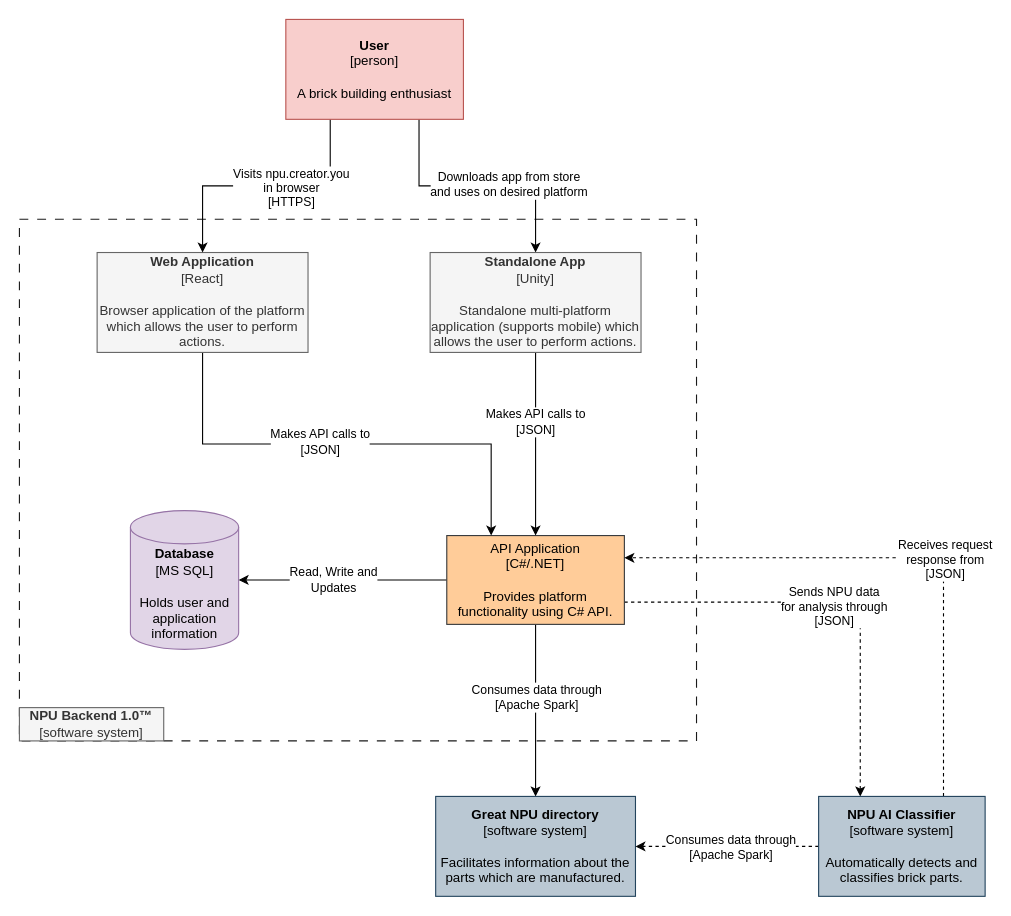
Earlier version of the draw.io diagram Documentation/Level 2.drawio (rarepops/BrickConnect). Source tidied: cells renumbered, new cells numbered last; positions are measured from the earlier drawing's top-left corner, leaving out a move shared by most shapes. Both pictures are drawn from the tidied source at 111%, with x=0, y=0 at pixel (19, 19).
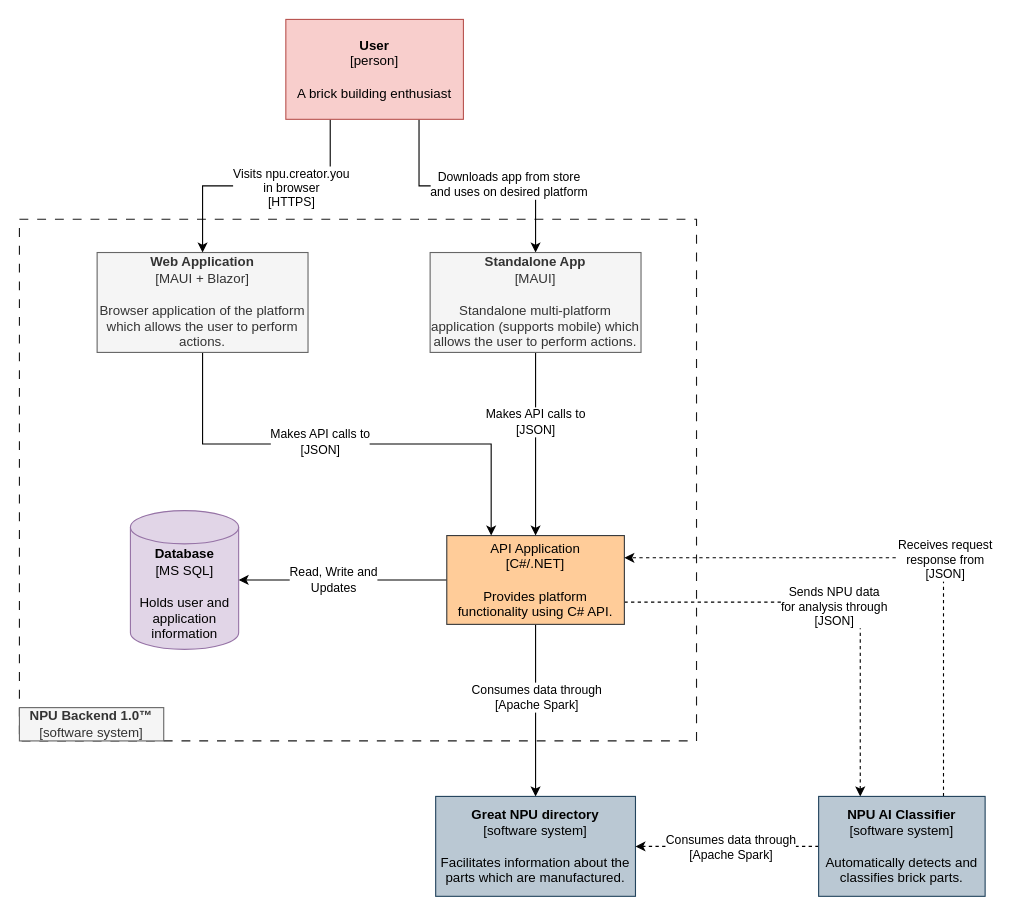
The same page after the edit.

The edit, as a diff of the source:
```diff
@@
-    <mxCell id="14" value="&lt;b&gt;Web Application&lt;/b&gt;&lt;br&gt;[React]&lt;br&gt;&lt;br&gt;Browser application of the platform which allows the user to perform actions." style="rounded=0;whiteSpace=wrap;html=1;fillColor=#f5f5f5;strokeColor=#666666;fontColor=#333333;" parent="1" vertex="1">
+    <mxCell id="14" value="&lt;b&gt;Web Application&lt;/b&gt;&lt;br&gt;[MAUI&amp;nbsp;+ Blazor]&lt;br&gt;&lt;br&gt;Browser application of the platform which allows the user to perform actions." style="rounded=0;whiteSpace=wrap;html=1;fillColor=#f5f5f5;strokeColor=#666666;fontColor=#333333;" parent="1" vertex="1">
       <mxGeometry x="70" y="210" width="190" height="90" as="geometry" />
     </mxCell>
@@
-    <mxCell id="22" value="&lt;b&gt;Standalone App&lt;/b&gt;&lt;br&gt;[Unity]&lt;br&gt;&lt;br&gt;Standalone multi-platform application (supports mobile) which allows the user to perform actions." style="rounded=0;whiteSpace=wrap;html=1;fillColor=#f5f5f5;strokeColor=#666666;fontColor=#333333;" parent="1" vertex="1">
+    <mxCell id="22" value="&lt;b&gt;Standalone App&lt;/b&gt;&lt;br&gt;[MAUI]&lt;br&gt;&lt;br&gt;Standalone multi-platform application (supports mobile) which allows the user to perform actions." style="rounded=0;whiteSpace=wrap;html=1;fillColor=#f5f5f5;strokeColor=#666666;fontColor=#333333;" parent="1" vertex="1">
       <mxGeometry x="370" y="210" width="190" height="90" as="geometry" />
     </mxCell>
```
